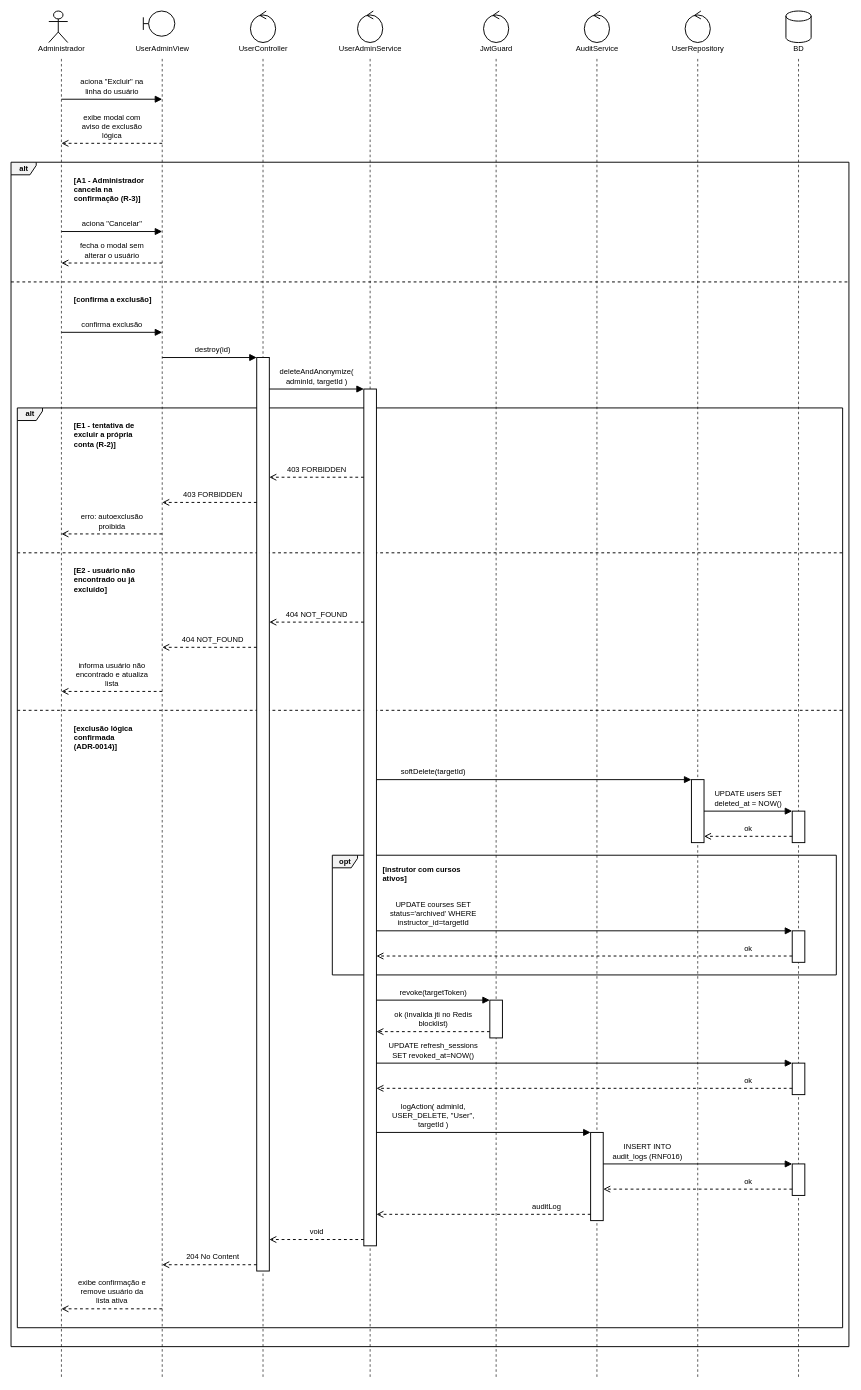
Before: especificacao/diagramas/14-sequencia-uc018.drawio in Plataforma-de-Cursos-TCC/plataforma-cursos-docs, a draw.io diagram. Source tidied: cells renumbered, new cells numbered last; positions are measured from the earlier drawing's top-left corner, leaving out a move shared by most shapes. Both pictures are drawn from the tidied source at 63%, with x=0, y=0 at pixel (11, 11).
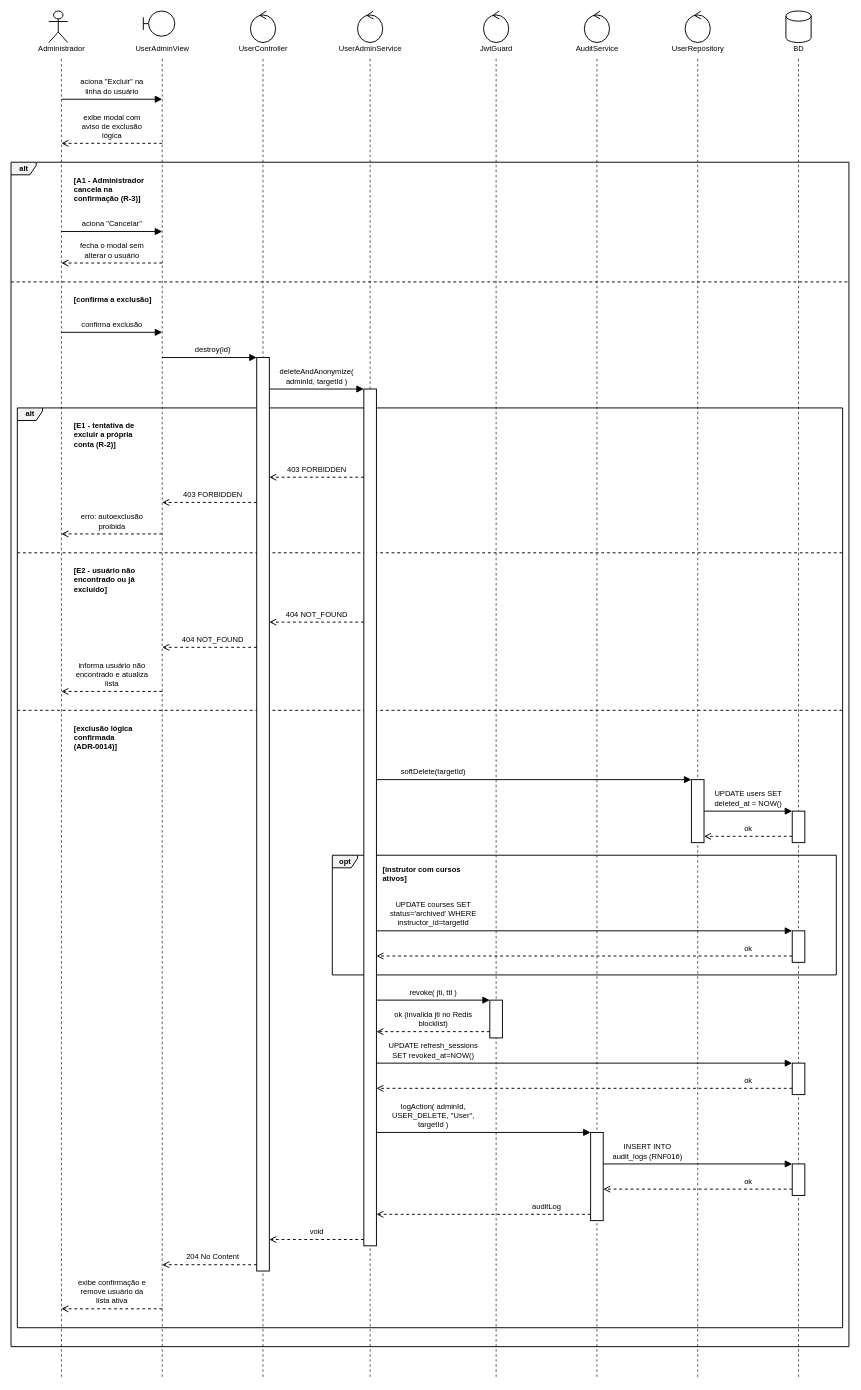
After the change.

What changed in the source:
```diff
@@
-    <mxCell id="94" value="revoke(targetToken)" style="text;html=1;strokeColor=none;fillColor=none;verticalAlign=bottom;spacing=0;spacingBottom=5;align=center;fontFamily=Helvetica;fontSize=12;fontColor=#000000;" parent="1" vertex="1">
+    <mxCell id="94" value="revoke( jti, ttl )" style="text;html=1;strokeColor=none;fillColor=none;verticalAlign=bottom;spacing=0;spacingBottom=5;align=center;fontFamily=Helvetica;fontSize=12;fontColor=#000000;" parent="1" vertex="1">
       <mxGeometry x="590" y="1540" width="160" height="30" as="geometry" />
     </mxCell>
```
